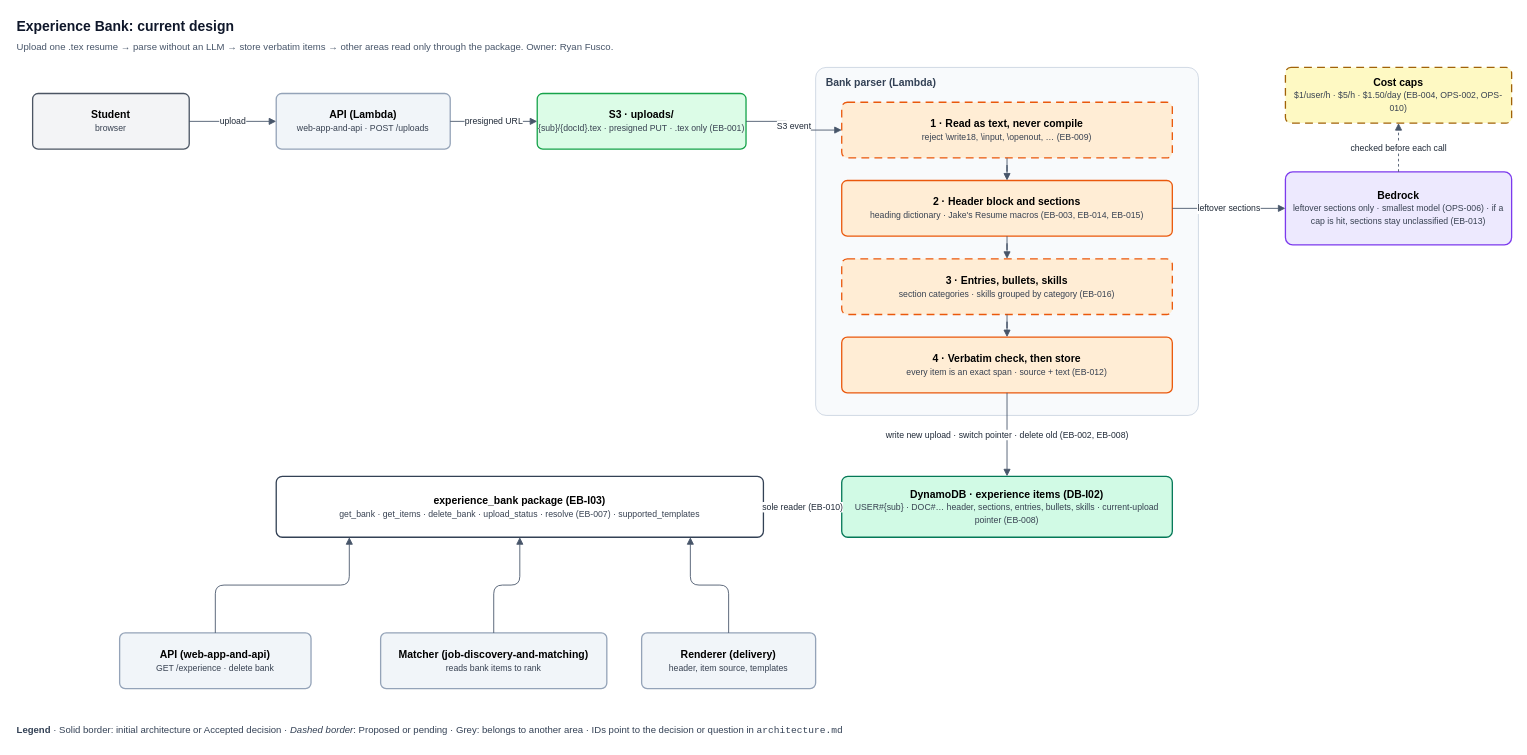
This is planning/architecture/experience-bank/architecture.drawio from lukeacampbell/Froop, a draw.io file, before an edit. Source tidied: cells renumbered, new cells numbered last; positions are measured from the earlier drawing's top-left corner, leaving out a move shared by most shapes. Both pictures are drawn from the tidied source at 87%, with x=0, y=0 at pixel (15, 15).
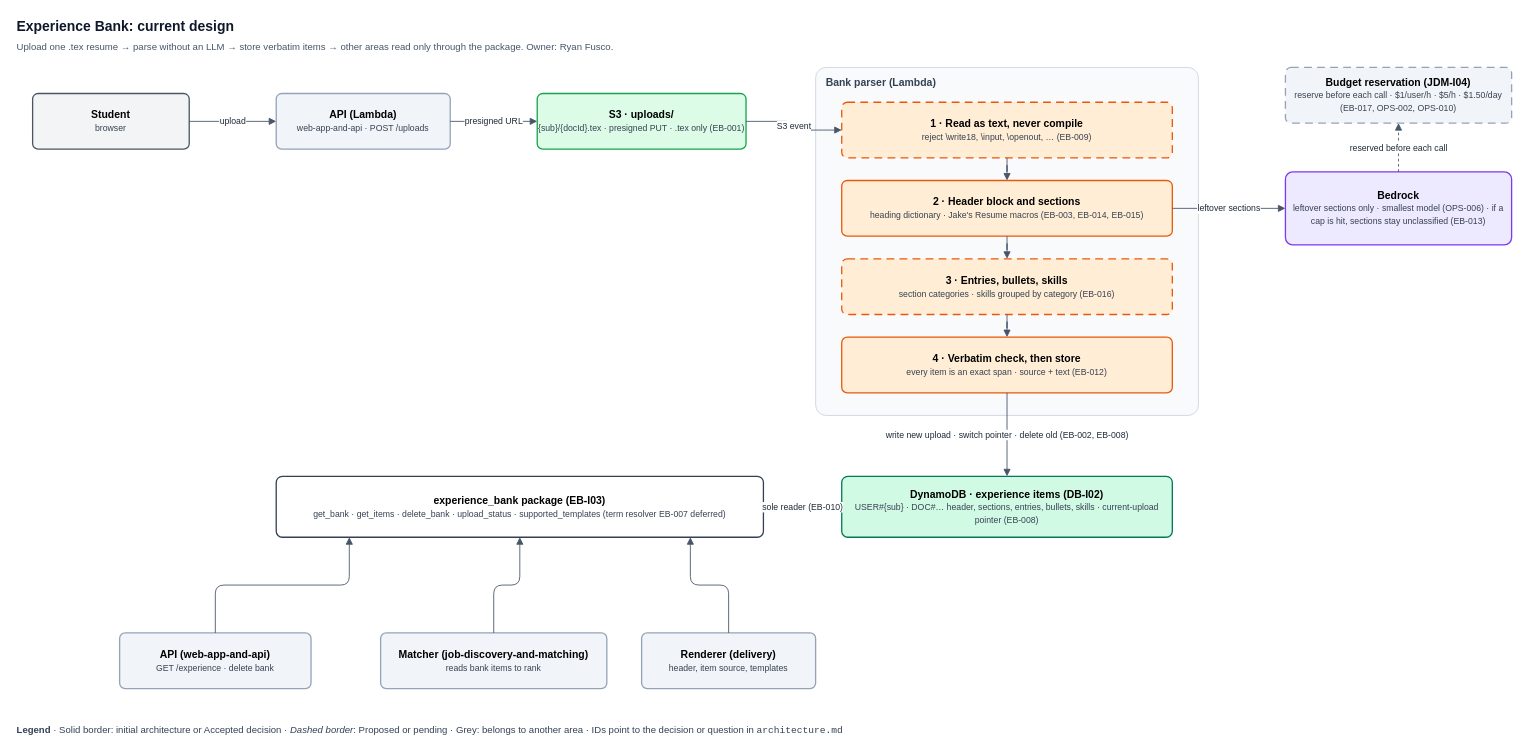
The same page after the edit.

Unchanged cells that the change refers to:
```xml
<mxCell id="12" value="&lt;b&gt;Bedrock&lt;/b&gt;&lt;br&gt;&lt;font style='font-size:10px' color='#374151'&gt;leftover sections only · smallest model (OPS-006) · if a cap is hit, sections stay unclassified (EB-013)&lt;/font&gt;" style="rounded=1;whiteSpace=wrap;html=1;arcSize=10;fillColor=#EDE9FE;strokeColor=#7C3AED;fontSize=12;strokeWidth=1.5;" parent="1" vertex="1">
  <mxGeometry x="1460" y="180" width="260" height="84" as="geometry" />
</mxCell>
```

Diff of the diagram source:
```diff
@@
-    <mxCell id="13" value="&lt;b&gt;Cost caps&lt;/b&gt;&lt;br&gt;&lt;font style='font-size:10px' color='#374151'&gt;$1/user/h · $5/h · $1.50/day (EB-004, OPS-002, OPS-010)&lt;/font&gt;" style="rounded=1;whiteSpace=wrap;html=1;arcSize=10;fillColor=#FEF9C3;strokeColor=#A16207;fontSize=12;strokeWidth=1.5;dashed=1;dashPattern=6 4;" parent="1" vertex="1">
+    <mxCell id="13" value="&lt;b&gt;Budget reservation (JDM-I04)&lt;/b&gt;&lt;br&gt;&lt;font style='font-size:10px' color='#374151'&gt;reserve before each call · $1/user/h · $5/h · $1.50/day (EB-017, OPS-002, OPS-010)&lt;/font&gt;" style="rounded=1;whiteSpace=wrap;html=1;arcSize=10;fillColor=#F1F5F9;strokeColor=#94A3B8;fontSize=12;strokeWidth=1.5;dashed=1;dashPattern=6 4;" parent="1" vertex="1">
       <mxGeometry x="1460" y="60" width="260" height="64" as="geometry" />
     </mxCell>
@@
-    <mxCell id="15" value="&lt;b&gt;experience_bank package (EB-I03)&lt;/b&gt;&lt;br&gt;&lt;font style='font-size:10px' color='#374151'&gt;get_bank · get_items · delete_bank · upload_status · resolve (EB-007) · supported_templates&lt;/font&gt;" style="rounded=1;whiteSpace=wrap;html=1;arcSize=10;fillColor=#FFFFFF;strokeColor=#334155;fontSize=12;strokeWidth=1.5;" parent="1" vertex="1">
+    <mxCell id="15" value="&lt;b&gt;experience_bank package (EB-I03)&lt;/b&gt;&lt;br&gt;&lt;font style='font-size:10px' color='#374151'&gt;get_bank · get_items · delete_bank · upload_status · supported_templates (term resolver EB-007 deferred)&lt;/font&gt;" style="rounded=1;whiteSpace=wrap;html=1;arcSize=10;fillColor=#FFFFFF;strokeColor=#334155;fontSize=12;strokeWidth=1.5;" parent="1" vertex="1">
       <mxGeometry x="300" y="530" width="560" height="70" as="geometry" />
     </mxCell>
@@
-    <mxCell id="26" value="checked before each call" style="edgeStyle=orthogonalEdgeStyle;rounded=1;jettySize=auto;html=1;endArrow=block;endFill=1;strokeColor=#475569;fontSize=10;fontColor=#1F2937;labelBackgroundColor=#FFFFFF;dashed=1;" parent="1" edge="1" source="12" target="13">
+    <mxCell id="26" value="reserved before each call" style="edgeStyle=orthogonalEdgeStyle;rounded=1;jettySize=auto;html=1;endArrow=block;endFill=1;strokeColor=#475569;fontSize=10;fontColor=#1F2937;labelBackgroundColor=#FFFFFF;dashed=1;" parent="1" edge="1" source="12" target="13">
       <mxGeometry relative="1" as="geometry" />
     </mxCell>
```
